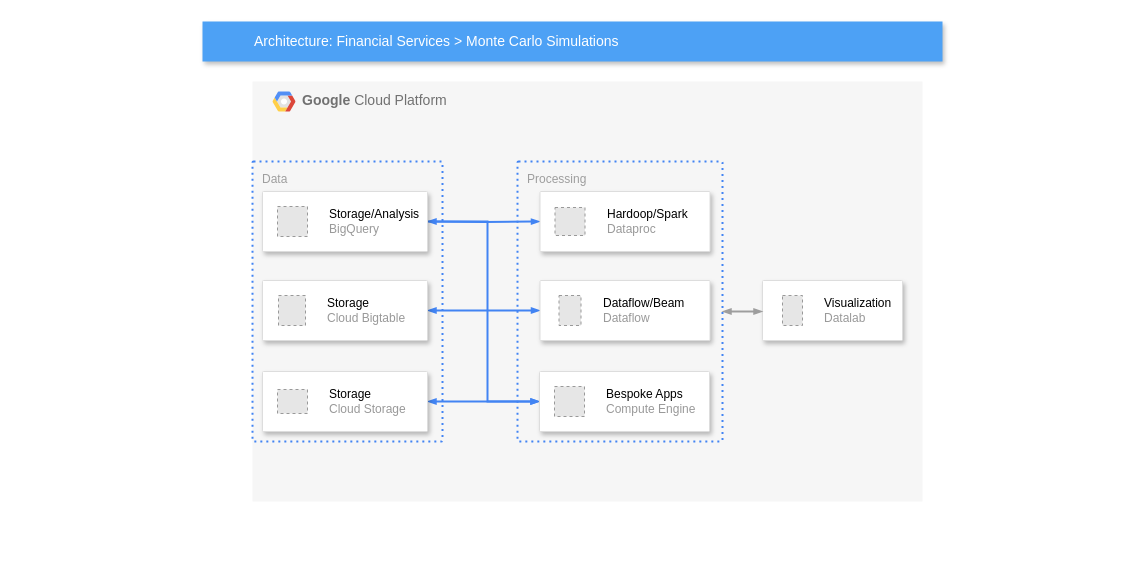
Before: 未命名圖表.drawio in DeanNate/ArchitectureDiagram, a draw.io diagram. Source tidied: cells renumbered, new cells numbered last; positions are measured from the earlier drawing's top-left corner, leaving out a move shared by most shapes. Both pictures are drawn from the tidied source at 100%, with x=0, y=0 at pixel (202, 21). Pictures stored in the file or linked from it are replaced by grey dashed boxes.
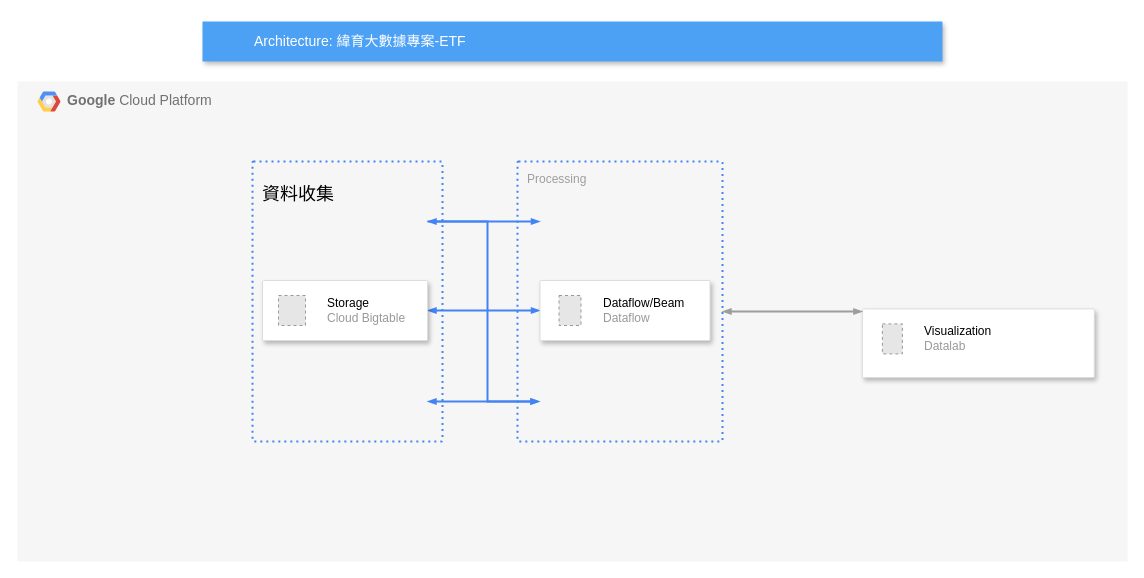
The same diagram, later.

Commit message:
更新ETF架構圖.drawio

Change to the diagram source:
```diff
@@
     <mxCell id="2" value="&lt;b&gt;Google &lt;/b&gt;Cloud Platform" style="fillColor=#F6F6F6;strokeColor=none;shadow=0;gradientColor=none;fontSize=14;align=left;spacing=10;fontColor=#717171;9E9E9E;verticalAlign=top;spacingTop=-4;fontStyle=0;spacingLeft=40;html=1;" parent="1" vertex="1">
-      <mxGeometry x="50" y="60" width="670" height="420" as="geometry" />
+      <mxGeometry x="-185" y="60" width="1110" height="480" as="geometry" />
     </mxCell>
@@
     <mxCell id="4" style="strokeColor=#dddddd;shadow=1;strokeWidth=1;rounded=1;absoluteArcSize=1;arcSize=2;" parent="2" vertex="1">
-      <mxGeometry x="510" y="199" width="140" height="60" as="geometry" />
+      <mxGeometry x="844.9" y="227.4" width="231.9" height="68.6" as="geometry" />
     </mxCell>
@@
-    <mxCell id="7" value="Data" style="rounded=1;absoluteArcSize=1;arcSize=2;html=1;strokeColor=#4284F3;gradientColor=none;shadow=0;dashed=1;fontSize=12;fontColor=#9E9E9E;align=left;verticalAlign=top;spacing=10;spacingTop=-4;fillColor=none;dashPattern=1 2;strokeWidth=2;" parent="1" vertex="1">
+    <mxCell id="7" value="&lt;p&gt;&lt;font style=&quot;font-size: 18px; color: rgb(0, 0, 0);&quot;&gt;資料收集&lt;/font&gt;&lt;/p&gt;" style="rounded=1;absoluteArcSize=1;arcSize=2;html=1;strokeColor=#4284F3;gradientColor=none;shadow=0;dashed=1;fontSize=12;fontColor=#9E9E9E;align=left;verticalAlign=top;spacing=10;spacingTop=-4;fillColor=none;dashPattern=1 2;strokeWidth=2;" parent="1" vertex="1">
       <mxGeometry x="50" y="140" width="190" height="280" as="geometry" />
     </mxCell>
-    <mxCell id="8" value="Architecture: Financial Services &amp;gt; Monte Carlo Simulations" style="fillColor=#4DA1F5;strokeColor=none;shadow=1;gradientColor=none;fontSize=14;align=left;spacingLeft=50;fontColor=#ffffff;html=1;" parent="1" vertex="1">
+    <mxCell id="8" value="Architecture: 緯育大數據專案-ETF" style="fillColor=#4DA1F5;strokeColor=none;shadow=1;gradientColor=none;fontSize=14;align=left;spacingLeft=50;fontColor=#ffffff;html=1;" parent="1" vertex="1">
       <mxGeometry width="740" height="40" as="geometry" />
     </mxCell>
@@
-    <mxCell id="10" style="edgeStyle=orthogonalEdgeStyle;rounded=0;html=1;labelBackgroundColor=none;startFill=1;startSize=4;endArrow=blockThin;endFill=1;endSize=4;jettySize=auto;strokeColor=#4284F3;strokeWidth=2;fontSize=12;fontColor=#000000;align=center;dashed=0;startArrow=blockThin;" parent="1" edge="1" source="18" target="24">
-      <mxGeometry relative="1" as="geometry" />
+    <mxCell id="10" style="edgeStyle=orthogonalEdgeStyle;rounded=0;html=1;labelBackgroundColor=none;startFill=1;startSize=4;endArrow=blockThin;endFill=1;endSize=4;jettySize=auto;orthogonalLoop=1;strokeColor=#4284F3;strokeWidth=2;fontSize=12;fontColor=#000000;align=center;dashed=0;startArrow=blockThin;" parent="1" edge="1">
+      <mxGeometry relative="1" as="geometry">
+        <mxPoint x="225" y="380" as="sourcePoint" />
+        <mxPoint x="337" y="380" as="targetPoint" />
+      </mxGeometry>
     </mxCell>
@@
-    <mxCell id="12" style="edgeStyle=orthogonalEdgeStyle;rounded=0;html=1;labelBackgroundColor=none;startFill=1;startSize=4;endArrow=blockThin;endFill=1;endSize=4;jettySize=auto;strokeColor=#4284F3;strokeWidth=2;fontSize=12;fontColor=#000000;align=center;dashed=0;" parent="1" edge="1" target="20">
+    <mxCell id="12" style="edgeStyle=orthogonalEdgeStyle;rounded=0;html=1;labelBackgroundColor=none;startFill=1;startSize=4;endArrow=blockThin;endFill=1;endSize=4;jettySize=auto;orthogonalLoop=1;strokeColor=#4284F3;strokeWidth=2;fontSize=12;fontColor=#000000;align=center;dashed=0;" parent="1" edge="1">
       <mxGeometry relative="1" as="geometry">
         <mxPoint x="225" y="200" as="sourcePoint" />
+        <mxPoint x="337.5" y="200" as="targetPoint" />
       </mxGeometry>
     </mxCell>
-    <mxCell id="13" style="edgeStyle=orthogonalEdgeStyle;rounded=0;html=1;labelBackgroundColor=none;startFill=1;startSize=4;endArrow=blockThin;endFill=1;endSize=4;jettySize=auto;strokeColor=#4284F3;strokeWidth=2;fontSize=12;fontColor=#000000;align=center;dashed=0;startArrow=blockThin;" parent="1" edge="1" source="14" target="24">
+    <mxCell id="13" style="edgeStyle=orthogonalEdgeStyle;rounded=0;html=1;labelBackgroundColor=none;startFill=1;startSize=4;endArrow=blockThin;endFill=1;endSize=4;jettySize=auto;orthogonalLoop=1;strokeColor=#4284F3;strokeWidth=2;fontSize=12;fontColor=#000000;align=center;dashed=0;startArrow=blockThin;" parent="1" edge="1">
       <mxGeometry relative="1" as="geometry">
+        <mxPoint x="225" y="200" as="sourcePoint" />
+        <mxPoint x="337" y="380" as="targetPoint" />
         <Array as="points">
           <mxPoint x="285" y="200" />
           <mxPoint x="285" y="380" />
         </Array>
       </mxGeometry>
     </mxCell>
-    <mxCell id="14" style="strokeColor=#dddddd;shadow=1;strokeWidth=1;rounded=1;absoluteArcSize=1;arcSize=2;" parent="1" vertex="1">
-      <mxGeometry x="60" y="170" width="165" height="60" as="geometry" />
-    </mxCell>
-    <mxCell id="15" value="&lt;font color=&quot;#000000&quot;&gt;Storage/Analysis&lt;/font&gt;&lt;br&gt;BigQuery" style="fillColor=#E6E6E6;strokeColor=#999999;dashed=1;html=1;fontColor=#999999;verticalLabelPosition=middle;verticalAlign=middle;labelPosition=right;align=left;spacingLeft=20;" parent="14" vertex="1">
-      <mxGeometry width="30" height="30" relative="1" as="geometry">
-        <mxPoint x="15" y="15" as="offset" />
-      </mxGeometry>
-    </mxCell>
@@
-    <mxCell id="18" style="strokeColor=#dddddd;shadow=1;strokeWidth=1;rounded=1;absoluteArcSize=1;arcSize=2;" parent="1" vertex="1">
-      <mxGeometry x="60" y="350" width="165" height="60" as="geometry" />
-    </mxCell>
-    <mxCell id="19" value="&lt;font color=&quot;#000000&quot;&gt;Storage&lt;/font&gt;&lt;br&gt;Cloud Storage" style="fillColor=#E6E6E6;strokeColor=#999999;dashed=1;html=1;fontColor=#999999;verticalLabelPosition=middle;verticalAlign=middle;labelPosition=right;align=left;spacingLeft=20;" parent="18" vertex="1">
-      <mxGeometry width="30" height="24" relative="1" as="geometry">
-        <mxPoint x="15" y="18" as="offset" />
-      </mxGeometry>
-    </mxCell>
-    <mxCell id="20" style="strokeColor=#dddddd;shadow=1;strokeWidth=1;rounded=1;absoluteArcSize=1;arcSize=2;" parent="1" vertex="1">
-      <mxGeometry x="337.5" y="170" width="170" height="60" as="geometry" />
-    </mxCell>
-    <mxCell id="21" value="&lt;font color=&quot;#000000&quot;&gt;Hardoop/Spark&lt;/font&gt;&lt;br&gt;Dataproc" style="fillColor=#E6E6E6;strokeColor=#999999;dashed=1;html=1;fontColor=#999999;verticalLabelPosition=middle;verticalAlign=middle;labelPosition=right;align=left;spacingLeft=20;" parent="20" vertex="1">
-      <mxGeometry width="30" height="28" relative="1" as="geometry">
-        <mxPoint x="15" y="16" as="offset" />
-      </mxGeometry>
-    </mxCell>
@@
-    <mxCell id="24" style="strokeColor=#dddddd;shadow=1;strokeWidth=1;rounded=1;absoluteArcSize=1;arcSize=2;" parent="1" vertex="1">
-      <mxGeometry x="337" y="350" width="170" height="60" as="geometry" />
-    </mxCell>
-    <mxCell id="25" value="&lt;font color=&quot;#000000&quot;&gt;Bespoke Apps&lt;/font&gt;&lt;br&gt;Compute Engine" style="fillColor=#E6E6E6;strokeColor=#999999;dashed=1;html=1;fontColor=#999999;verticalLabelPosition=middle;verticalAlign=middle;labelPosition=right;align=left;spacingLeft=20;" parent="24" vertex="1">
-      <mxGeometry width="30" height="30" relative="1" as="geometry">
-        <mxPoint x="15" y="15" as="offset" />
-      </mxGeometry>
-    </mxCell>
```
